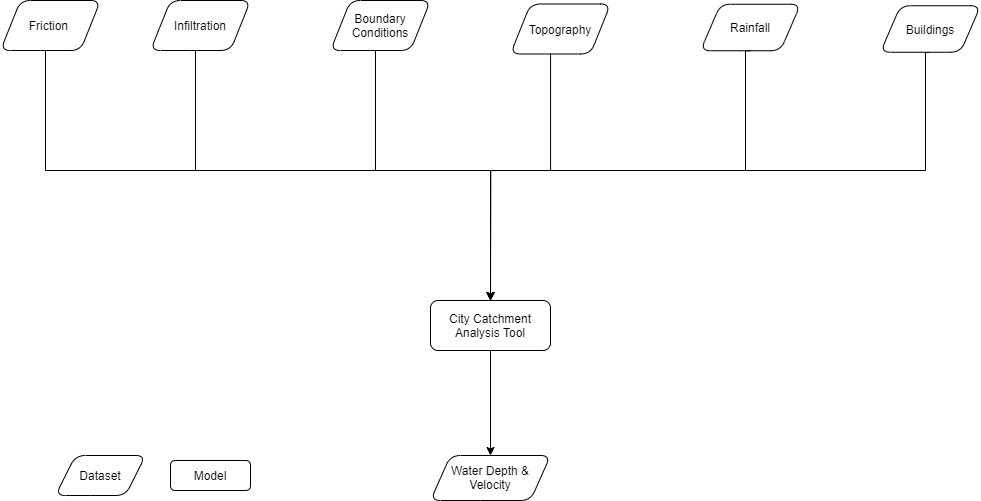
OpenCLIM/workflow-diagrams keeps this draw.io diagram as citycat/openclim-citycat-workflow.png. Above is the earlier version. Source tidied: cells renumbered, new cells last; positions are measured from the earlier drawing's top-left corner, leaving out a move shared by most shapes.
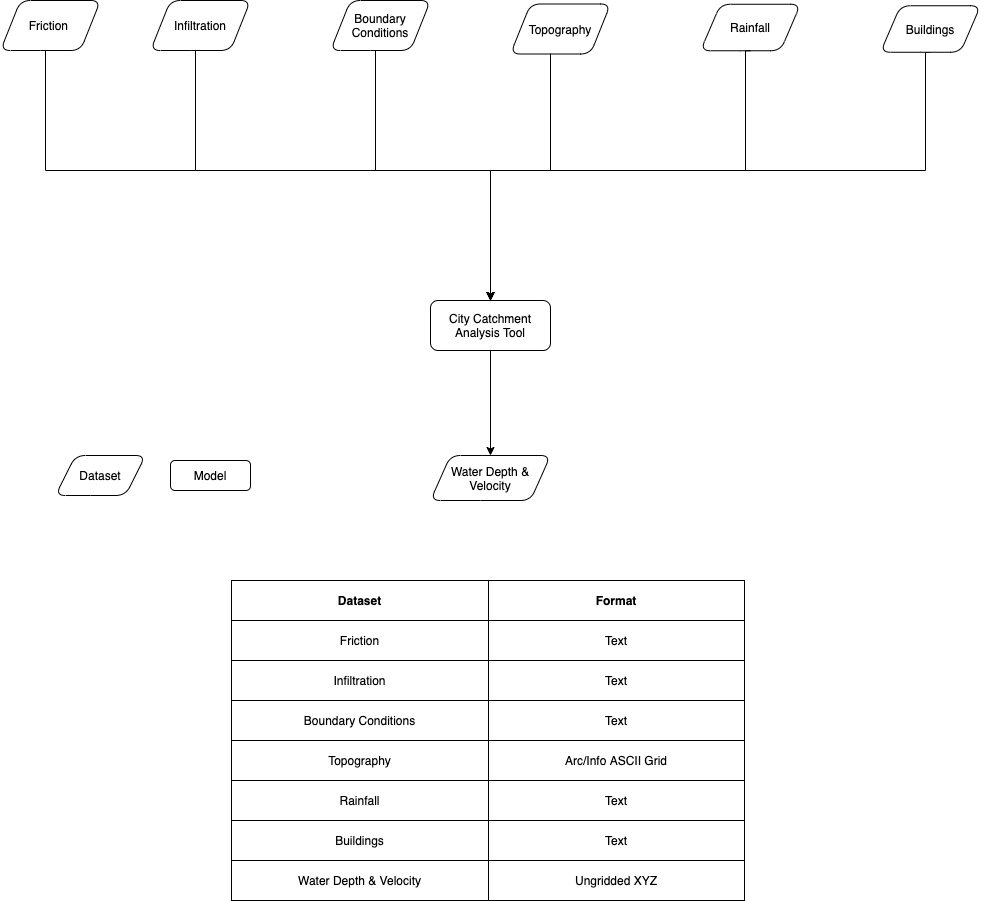
After the commit.

What changed in the source:
```diff
@@ -83,5 +83,80 @@
         </Array>
       </mxGeometry>
     </mxCell>
+    <mxCell id="19" style="shape=table;html=1;whiteSpace=wrap;startSize=0;spacingTop=0;" parent="1" vertex="1">
+      <mxGeometry x="231" y="580" width="513" height="320" as="geometry" />
+    </mxCell>
+    <mxCell id="20" style="shape=partialRectangle;html=1;whiteSpace=wrap;fillColor=none;top=0;left=0;bottom=0;right=0;" parent="19" vertex="1">
+      <mxGeometry width="513" height="40" as="geometry" />
+    </mxCell>
+    <mxCell id="21" value="&lt;b&gt;Dataset&lt;/b&gt;" style="shape=partialRectangle;html=1;whiteSpace=wrap;fillColor=none;top=0;left=0;bottom=0;right=0;overflow=hidden;" parent="20" vertex="1">
+      <mxGeometry width="257" height="40" as="geometry" />
+    </mxCell>
+    <mxCell id="22" value="&lt;b&gt;Format&lt;/b&gt;" style="shape=partialRectangle;html=1;whiteSpace=wrap;fillColor=none;top=0;left=0;bottom=0;right=0;overflow=hidden;" parent="20" vertex="1">
+      <mxGeometry x="257" width="256" height="40" as="geometry" />
+    </mxCell>
+    <mxCell id="23" style="shape=partialRectangle;html=1;whiteSpace=wrap;fillColor=none;top=0;left=0;bottom=0;right=0;" parent="19" vertex="1">
+      <mxGeometry y="40" width="513" height="40" as="geometry" />
+    </mxCell>
+    <mxCell id="24" value="Friction" style="shape=partialRectangle;html=1;whiteSpace=wrap;fillColor=none;top=0;left=0;bottom=0;right=0;overflow=hidden;" parent="23" vertex="1">
+      <mxGeometry width="257" height="40" as="geometry" />
+    </mxCell>
+    <mxCell id="25" value="Text" style="shape=partialRectangle;html=1;whiteSpace=wrap;fillColor=none;top=0;left=0;bottom=0;right=0;overflow=hidden;" parent="23" vertex="1">
+      <mxGeometry x="257" width="256" height="40" as="geometry" />
+    </mxCell>
+    <mxCell id="26" style="shape=partialRectangle;html=1;whiteSpace=wrap;fillColor=none;top=0;left=0;bottom=0;right=0;" parent="19" vertex="1">
+      <mxGeometry y="80" width="513" height="40" as="geometry" />
+    </mxCell>
+    <mxCell id="27" value="Infiltration" style="shape=partialRectangle;html=1;whiteSpace=wrap;fillColor=none;top=0;left=0;bottom=0;right=0;overflow=hidden;" parent="26" vertex="1">
+      <mxGeometry width="257" height="40" as="geometry" />
+    </mxCell>
+    <mxCell id="28" value="Text" style="shape=partialRectangle;html=1;whiteSpace=wrap;fillColor=none;top=0;left=0;bottom=0;right=0;overflow=hidden;" parent="26" vertex="1">
+      <mxGeometry x="257" width="256" height="40" as="geometry" />
+    </mxCell>
+    <mxCell id="29" style="shape=partialRectangle;html=1;whiteSpace=wrap;fillColor=none;top=0;left=0;bottom=0;right=0;" parent="19" vertex="1">
+      <mxGeometry y="120" width="513" height="40" as="geometry" />
+    </mxCell>
+    <mxCell id="30" value="Boundary Conditions" style="shape=partialRectangle;html=1;whiteSpace=wrap;fillColor=none;top=0;left=0;bottom=0;right=0;overflow=hidden;" parent="29" vertex="1">
+      <mxGeometry width="257" height="40" as="geometry" />
+    </mxCell>
+    <mxCell id="31" value="Text" style="shape=partialRectangle;html=1;whiteSpace=wrap;fillColor=none;top=0;left=0;bottom=0;right=0;overflow=hidden;" parent="29" vertex="1">
+      <mxGeometry x="257" width="256" height="40" as="geometry" />
+    </mxCell>
+    <mxCell id="32" style="shape=partialRectangle;html=1;whiteSpace=wrap;fillColor=none;top=0;left=0;bottom=0;right=0;" parent="19" vertex="1">
+      <mxGeometry y="160" width="513" height="40" as="geometry" />
+    </mxCell>
+    <mxCell id="33" value="Topography" style="shape=partialRectangle;html=1;whiteSpace=wrap;fillColor=none;top=0;left=0;bottom=0;right=0;overflow=hidden;" parent="32" vertex="1">
+      <mxGeometry width="257" height="40" as="geometry" />
+    </mxCell>
+    <mxCell id="34" value="Arc/Info ASCII Grid" style="shape=partialRectangle;html=1;whiteSpace=wrap;fillColor=none;top=0;left=0;bottom=0;right=0;overflow=hidden;" parent="32" vertex="1">
+      <mxGeometry x="257" width="256" height="40" as="geometry" />
+    </mxCell>
+    <mxCell id="35" style="shape=partialRectangle;html=1;whiteSpace=wrap;fillColor=none;top=0;left=0;bottom=0;right=0;" parent="19" vertex="1">
+      <mxGeometry y="200" width="513" height="40" as="geometry" />
+    </mxCell>
+    <mxCell id="36" value="Rainfall" style="shape=partialRectangle;html=1;whiteSpace=wrap;fillColor=none;top=0;left=0;bottom=0;right=0;overflow=hidden;" parent="35" vertex="1">
+      <mxGeometry width="257" height="40" as="geometry" />
+    </mxCell>
+    <mxCell id="37" value="Text" style="shape=partialRectangle;html=1;whiteSpace=wrap;fillColor=none;top=0;left=0;bottom=0;right=0;overflow=hidden;" parent="35" vertex="1">
+      <mxGeometry x="257" width="256" height="40" as="geometry" />
+    </mxCell>
+    <mxCell id="38" style="shape=partialRectangle;html=1;whiteSpace=wrap;fillColor=none;top=0;left=0;bottom=0;right=0;" parent="19" vertex="1">
+      <mxGeometry y="240" width="513" height="40" as="geometry" />
+    </mxCell>
+    <mxCell id="39" value="Buildings" style="shape=partialRectangle;html=1;whiteSpace=wrap;fillColor=none;top=0;left=0;bottom=0;right=0;overflow=hidden;" parent="38" vertex="1">
+      <mxGeometry width="257" height="40" as="geometry" />
+    </mxCell>
+    <mxCell id="40" value="Text" style="shape=partialRectangle;html=1;whiteSpace=wrap;fillColor=none;top=0;left=0;bottom=0;right=0;overflow=hidden;" parent="38" vertex="1">
+      <mxGeometry x="257" width="256" height="40" as="geometry" />
+    </mxCell>
+    <mxCell id="41" style="shape=partialRectangle;html=1;whiteSpace=wrap;fillColor=none;top=0;left=0;bottom=0;right=0;" parent="19" vertex="1">
+      <mxGeometry y="280" width="513" height="40" as="geometry" />
+    </mxCell>
+    <mxCell id="42" value="Water Depth &amp;amp; Velocity" style="shape=partialRectangle;html=1;whiteSpace=wrap;fillColor=none;top=0;left=0;bottom=0;right=0;overflow=hidden;" parent="41" vertex="1">
+      <mxGeometry width="257" height="40" as="geometry" />
+    </mxCell>
+    <mxCell id="43" value="Ungridded XYZ" style="shape=partialRectangle;html=1;whiteSpace=wrap;fillColor=none;top=0;left=0;bottom=0;right=0;overflow=hidden;" parent="41" vertex="1">
+      <mxGeometry x="257" width="256" height="40" as="geometry" />
+    </mxCell>
   </root>
 </mxGraphModel>
```
